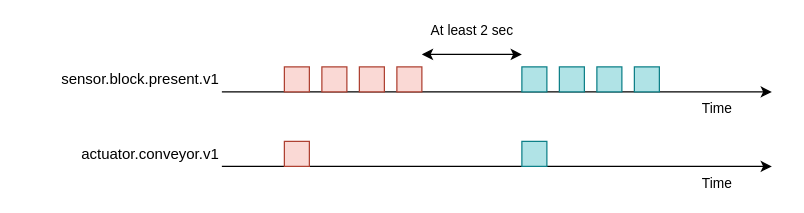
Earlier version of the draw.io diagram page "MoveBlockTopologyTimeline" (4 of 6) of doc/images/graphs/kafka-streaming-topology.drawio (ielpo/edpo-project-group1). Source tidied: cells renumbered, new cells numbered last; positions are measured from the earlier drawing's top-left corner, leaving out a move shared by most shapes. Both pictures are drawn from the tidied source at 125%, with x=0, y=0 at pixel (21, 54).
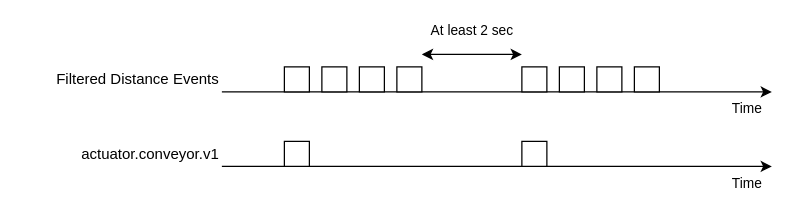
After the change.

Change to the diagram source:
```diff
@@
 <mxGraphModel>
   <root>
     <mxCell id="0" />
     <mxCell id="1" parent="0" />
     <mxCell id="2" value="Time" style="endArrow=classic;html=1;rounded=0;verticalAlign=top;" parent="1" edge="1">
-      <mxGeometry x="0.8" relative="1" as="geometry">
+      <mxGeometry x="0.91" relative="1" as="geometry">
         <mxPoint x="160" y="30" as="sourcePoint" />
         <mxPoint x="600" y="30" as="targetPoint" />
       </mxGeometry>
     </mxCell>
-    <mxCell id="3" style="whiteSpace=wrap;html=1;fillColor=#fad9d5;strokeColor=#ae4132;" parent="1" vertex="1">
+    <mxCell id="3" style="whiteSpace=wrap;html=1;" parent="1" vertex="1">
       <mxGeometry x="210" y="10" width="20" height="20" as="geometry" />
     </mxCell>
-    <mxCell id="4" style="whiteSpace=wrap;html=1;fillColor=#fad9d5;strokeColor=#ae4132;" parent="1" vertex="1">
+    <mxCell id="4" style="whiteSpace=wrap;html=1;" parent="1" vertex="1">
       <mxGeometry x="240" y="10" width="20" height="20" as="geometry" />
     </mxCell>
-    <mxCell id="5" style="whiteSpace=wrap;html=1;fillColor=#fad9d5;strokeColor=#ae4132;" parent="1" vertex="1">
+    <mxCell id="5" style="whiteSpace=wrap;html=1;" parent="1" vertex="1">
       <mxGeometry x="270" y="10" width="20" height="20" as="geometry" />
     </mxCell>
-    <mxCell id="6" style="whiteSpace=wrap;html=1;fillColor=#fad9d5;strokeColor=#ae4132;" parent="1" vertex="1">
+    <mxCell id="6" style="whiteSpace=wrap;html=1;" parent="1" vertex="1">
       <mxGeometry x="300" y="10" width="20" height="20" as="geometry" />
     </mxCell>
-    <mxCell id="7" style="whiteSpace=wrap;html=1;fillColor=#b0e3e6;strokeColor=#0e8088;" parent="1" vertex="1">
+    <mxCell id="7" style="whiteSpace=wrap;html=1;" parent="1" vertex="1">
       <mxGeometry x="400" y="10" width="20" height="20" as="geometry" />
     </mxCell>
-    <mxCell id="8" style="whiteSpace=wrap;html=1;fillColor=#b0e3e6;strokeColor=#0e8088;" parent="1" vertex="1">
+    <mxCell id="8" style="whiteSpace=wrap;html=1;" parent="1" vertex="1">
       <mxGeometry x="430" y="10" width="20" height="20" as="geometry" />
     </mxCell>
-    <mxCell id="9" style="whiteSpace=wrap;html=1;fillColor=#b0e3e6;strokeColor=#0e8088;" parent="1" vertex="1">
+    <mxCell id="9" style="whiteSpace=wrap;html=1;" parent="1" vertex="1">
       <mxGeometry x="460" y="10" width="20" height="20" as="geometry" />
     </mxCell>
-    <mxCell id="10" style="whiteSpace=wrap;html=1;fillColor=#b0e3e6;strokeColor=#0e8088;" parent="1" vertex="1">
+    <mxCell id="10" style="whiteSpace=wrap;html=1;" parent="1" vertex="1">
       <mxGeometry x="490" y="10" width="20" height="20" as="geometry" />
     </mxCell>
     <mxCell id="11" value="Time" style="endArrow=classic;html=1;rounded=0;verticalAlign=top;" parent="1" edge="1">
-      <mxGeometry x="0.8" relative="1" as="geometry">
+      <mxGeometry x="0.91" relative="1" as="geometry">
         <mxPoint x="160" y="89.6" as="sourcePoint" />
         <mxPoint x="600" y="89.6" as="targetPoint" />
       </mxGeometry>
     </mxCell>
-    <mxCell id="12" style="whiteSpace=wrap;html=1;fillColor=#fad9d5;strokeColor=#ae4132;" parent="1" vertex="1">
+    <mxCell id="12" style="whiteSpace=wrap;html=1;" parent="1" vertex="1">
       <mxGeometry x="210" y="69.6" width="20" height="20" as="geometry" />
     </mxCell>
-    <mxCell id="13" style="whiteSpace=wrap;html=1;fillColor=#b0e3e6;strokeColor=#0e8088;" parent="1" vertex="1">
+    <mxCell id="13" style="whiteSpace=wrap;html=1;" parent="1" vertex="1">
       <mxGeometry x="400" y="69.6" width="20" height="20" as="geometry" />
     </mxCell>
     <mxCell id="14" value="At least 2 sec" style="endArrow=classic;startArrow=classic;html=1;rounded=0;verticalAlign=bottom;" parent="1" edge="1">
       <mxGeometry y="10" relative="1" as="geometry">
         <mxPoint x="320" as="sourcePoint" />
         <mxPoint x="400" as="targetPoint" />
       </mxGeometry>
     </mxCell>
-    <mxCell id="15" value="sensor.block.present.v1" style="text;html=1;whiteSpace=wrap;strokeColor=none;fillColor=none;align=right;verticalAlign=middle;rounded=0;" parent="1" vertex="1">
+    <mxCell id="15" value="Filtered Distance Events" style="text;html=1;whiteSpace=wrap;strokeColor=none;fillColor=none;align=right;verticalAlign=middle;rounded=0;" parent="1" vertex="1">
       <mxGeometry y="10" width="160" height="20" as="geometry" />
     </mxCell>
     <mxCell id="16" value="actuator.conveyor.v1" style="text;html=1;whiteSpace=wrap;strokeColor=none;fillColor=none;align=right;verticalAlign=middle;rounded=0;" parent="1" vertex="1">
       <mxGeometry y="69.6" width="160" height="20" as="geometry" />
     </mxCell>
   </root>
 </mxGraphModel>
```
